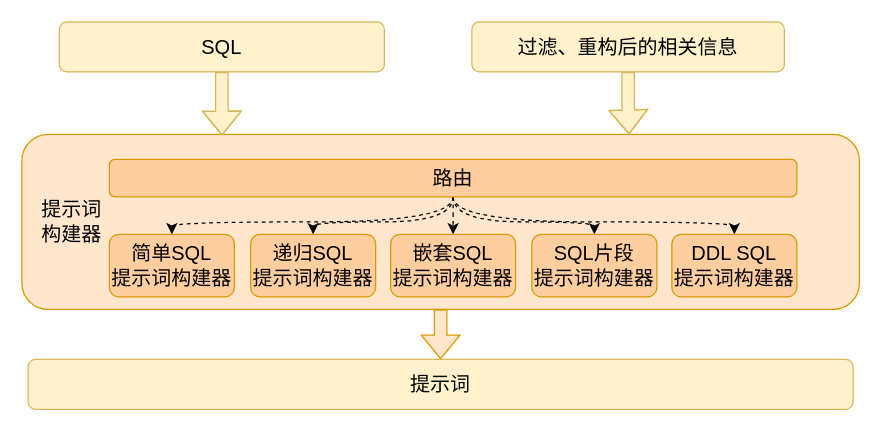
The draw.io diagram drawioFile/promptBuilder.drawio in Olive-2019/drawio-source, before the edit. Source tidied: cells renumbered, new cells numbered last; positions are measured from the earlier drawing's top-left corner, leaving out a move shared by most shapes. Both pictures are drawn from the tidied source at 125%, with x=0, y=0 at pixel (21, 21).
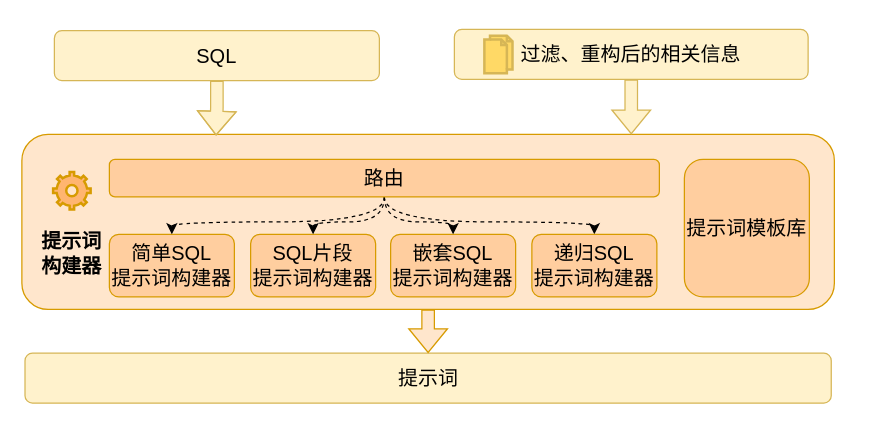
The same page after the edit.

Change to the diagram source:
```diff
@@
     <mxCell id="2" style="rounded=1;whiteSpace=wrap;html=1;fillColor=#ffe6cc;strokeColor=#d79b00;" parent="1" vertex="1">
-      <mxGeometry y="90" width="670" height="140" as="geometry" />
+      <mxGeometry y="90" width="650" height="140" as="geometry" />
     </mxCell>
     <mxCell id="3" value="SQL" style="rounded=1;whiteSpace=wrap;html=1;fontSize=16;fillColor=#fff2cc;strokeColor=#d6b656;" parent="1" vertex="1">
-      <mxGeometry x="30" width="260" height="40" as="geometry" />
+      <mxGeometry x="26" y="7" width="260" height="40" as="geometry" />
     </mxCell>
@@
-    <mxCell id="5" value="递归SQL&lt;div&gt;提示词构建器&lt;/div&gt;" style="rounded=1;whiteSpace=wrap;html=1;fontSize=16;fillColor=#FFCE9F;strokeColor=#d79b00;" parent="1" vertex="1">
+    <mxCell id="5" value="&lt;div&gt;SQL片段&lt;br&gt;&lt;/div&gt;&lt;div&gt;提示词构建器&lt;/div&gt;" style="rounded=1;whiteSpace=wrap;html=1;fontSize=16;fillColor=#FFCE9F;strokeColor=#d79b00;" parent="1" vertex="1">
       <mxGeometry x="183" y="170" width="100" height="50" as="geometry" />
     </mxCell>
-    <mxCell id="6" value="DDL SQL&lt;div&gt;提示词构建器&lt;/div&gt;" style="rounded=1;whiteSpace=wrap;html=1;fontSize=16;fillColor=#FFCE9F;strokeColor=#d79b00;" parent="1" vertex="1">
-      <mxGeometry x="520" y="170" width="100" height="50" as="geometry" />
-    </mxCell>
@@
-    <mxCell id="11" style="edgeStyle=orthogonalEdgeStyle;rounded=0;jettySize=auto;html=1;entryX=0.5;entryY=0;entryDx=0;entryDy=0;dashed=1;curved=1;" parent="1" edge="1" source="13" target="6">
-      <mxGeometry relative="1" as="geometry" />
-    </mxCell>
@@
     <mxCell id="13" value="路由" style="rounded=1;whiteSpace=wrap;html=1;fontSize=16;fillColor=#FFCE9F;strokeColor=#d79b00;" parent="1" vertex="1">
-      <mxGeometry x="70" y="110" width="550" height="30" as="geometry" />
+      <mxGeometry x="70" y="110" width="440" height="30" as="geometry" />
     </mxCell>
     <mxCell id="14" value="过滤、重构后的相关信息" style="rounded=1;whiteSpace=wrap;html=1;fontSize=16;fillColor=#fff2cc;strokeColor=#d6b656;" parent="1" vertex="1">
-      <mxGeometry x="360" width="250" height="40" as="geometry" />
+      <mxGeometry x="346" y="6" width="283" height="40" as="geometry" />
     </mxCell>
-    <mxCell id="15" value="提示词构建器" style="text;html=1;align=center;verticalAlign=middle;whiteSpace=wrap;rounded=0;fontSize=16;" parent="1" vertex="1">
-      <mxGeometry x="10" y="145" width="60" height="30" as="geometry" />
+    <mxCell id="15" value="提示词构建器" style="text;html=1;align=center;verticalAlign=middle;whiteSpace=wrap;rounded=0;fontSize=16;fontStyle=1;" parent="1" vertex="1">
+      <mxGeometry x="10" y="170" width="60" height="30" as="geometry" />
     </mxCell>
@@
-    <mxCell id="17" style="edgeStyle=orthogonalEdgeStyle;rounded=0;jettySize=auto;html=1;entryX=0.725;entryY=0;entryDx=0;entryDy=0;entryPerimeter=0;shape=flexArrow;fillColor=#fff2cc;strokeColor=#d6b656;" parent="1" edge="1" source="14" target="2">
+    <mxCell id="17" style="edgeStyle=orthogonalEdgeStyle;rounded=0;jettySize=auto;html=1;entryX=0.75;entryY=0;entryDx=0;entryDy=0;shape=flexArrow;fillColor=#fff2cc;strokeColor=#d6b656;" parent="1" edge="1" source="14" target="2">
       <mxGeometry relative="1" as="geometry" />
     </mxCell>
     <mxCell id="18" value="提示词" style="rounded=1;whiteSpace=wrap;html=1;fontSize=16;fillColor=#fff2cc;strokeColor=#d6b656;" parent="1" vertex="1">
-      <mxGeometry x="5" y="270" width="660" height="40" as="geometry" />
+      <mxGeometry x="2.5" y="265" width="645" height="40" as="geometry" />
     </mxCell>
-    <mxCell id="19" style="edgeStyle=orthogonalEdgeStyle;rounded=0;jettySize=auto;html=1;entryX=0.5;entryY=0;entryDx=0;entryDy=0;shape=flexArrow;fillColor=#ffe6cc;strokeColor=#d79b00;" parent="1" edge="1" source="2" target="18">
+    <mxCell id="19" style="edgeStyle=orthogonalEdgeStyle;rounded=0;jettySize=auto;html=1;entryX=0.5;entryY=0;entryDx=0;entryDy=0;shape=flexArrow;fillColor=#ffe6cc;strokeColor=#d79b00;exitX=0.5;exitY=1;exitDx=0;exitDy=0;" parent="1" edge="1" source="2" target="18">
       <mxGeometry relative="1" as="geometry" />
     </mxCell>
-    <mxCell id="20" value="SQL片段&lt;div&gt;提示词构建器&lt;/div&gt;" style="rounded=1;whiteSpace=wrap;html=1;fontSize=16;fillColor=#FFCE9F;strokeColor=#d79b00;" parent="1" vertex="1">
+    <mxCell id="20" value="递归SQL&lt;div&gt;提示词构建器&lt;/div&gt;" style="rounded=1;whiteSpace=wrap;html=1;fontSize=16;fillColor=#FFCE9F;strokeColor=#d79b00;" parent="1" vertex="1">
       <mxGeometry x="408" y="170" width="100" height="50" as="geometry" />
     </mxCell>
+    <mxCell id="21" value="提示词模板库" style="rounded=1;whiteSpace=wrap;html=1;strokeColor=#d79b00;align=center;verticalAlign=middle;fontFamily=Helvetica;fontSize=16;fontColor=default;fillColor=#FFCE9F;" parent="1" vertex="1">
+      <mxGeometry x="530" y="110" width="100" height="110" as="geometry" />
+    </mxCell>
+    <mxCell id="22" style="html=1;verticalLabelPosition=bottom;align=center;labelBackgroundColor=#ffffff;verticalAlign=top;strokeWidth=2;strokeColor=#d79b00;shadow=0;dashed=0;shape=mxgraph.ios7.icons.settings;fillColor=#FFB570;" parent="1" vertex="1">
+      <mxGeometry x="25" y="120" width="30" height="30" as="geometry" />
+    </mxCell>
+    <mxCell id="23" style="html=1;verticalLabelPosition=bottom;align=center;labelBackgroundColor=#ffffff;verticalAlign=top;strokeWidth=2;strokeColor=#d6b656;shadow=0;dashed=0;shape=mxgraph.ios7.icons.documents;fillColor=#FFD966;" parent="1" vertex="1">
+      <mxGeometry x="370" y="11" width="22.5" height="30" as="geometry" />
+    </mxCell>
```
